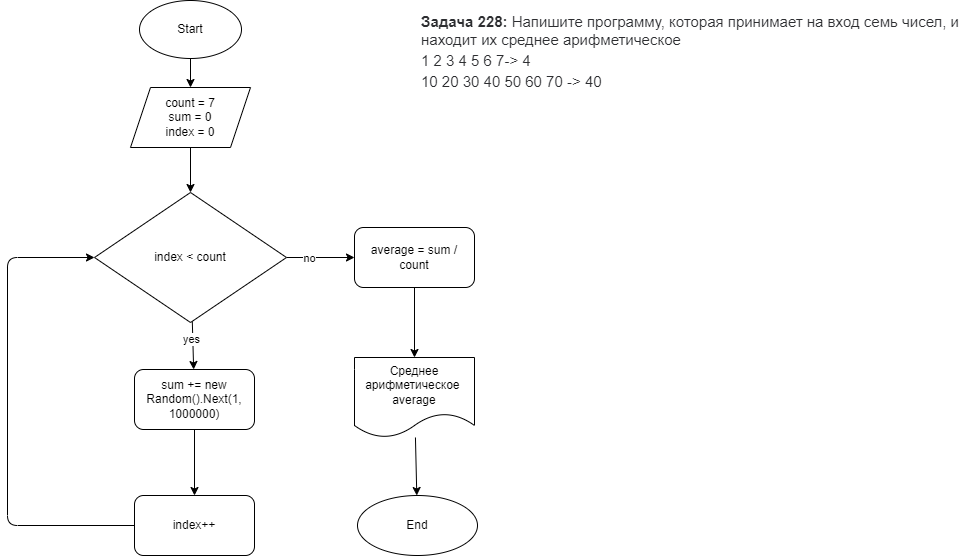
Before: Lesson2/exs4/diagram.drawio.png, a diagram exported from draw.io (EvgeniyTi/CSHARP). Source tidied: cells renumbered, new cells last; positions are measured from the earlier drawing's top-left corner, leaving out a move shared by most shapes. The source it was exported from:
```xml
<mxGraphModel>
  <root>
    <mxCell id="0" />
    <mxCell id="1" parent="0" />
    <mxCell id="2" value="&lt;strong style=&quot;box-sizing: border-box; font-weight: 700; color: rgb(44, 45, 48); font-family: roboto, &amp;quot;san francisco&amp;quot;, &amp;quot;helvetica neue&amp;quot;, helvetica, arial; font-size: 15px; font-style: normal; letter-spacing: normal; text-indent: 0px; text-transform: none; word-spacing: 0px; background-color: rgb(255, 255, 255);&quot;&gt;Задача 228:&lt;/strong&gt;&lt;span style=&quot;color: rgb(44, 45, 48); font-family: roboto, &amp;quot;san francisco&amp;quot;, &amp;quot;helvetica neue&amp;quot;, helvetica, arial; font-size: 15px; font-style: normal; font-weight: 400; letter-spacing: normal; text-indent: 0px; text-transform: none; word-spacing: 0px; background-color: rgb(255, 255, 255); display: inline; float: none;&quot;&gt;&lt;span&gt;&amp;nbsp;&lt;/span&gt;Напишите программу, которая принимает на вход семь чисел, и находит их среднее арифметическое&lt;/span&gt;&lt;br style=&quot;box-sizing: border-box; color: rgb(44, 45, 48); font-family: roboto, &amp;quot;san francisco&amp;quot;, &amp;quot;helvetica neue&amp;quot;, helvetica, arial; font-size: 15px; font-style: normal; font-weight: 400; letter-spacing: normal; text-indent: 0px; text-transform: none; word-spacing: 0px; background-color: rgb(255, 255, 255);&quot;&gt;&lt;span style=&quot;color: rgb(44, 45, 48); font-family: roboto, &amp;quot;san francisco&amp;quot;, &amp;quot;helvetica neue&amp;quot;, helvetica, arial; font-size: 15px; font-style: normal; font-weight: 400; letter-spacing: normal; text-indent: 0px; text-transform: none; word-spacing: 0px; background-color: rgb(255, 255, 255); display: inline; float: none;&quot;&gt;1 2 3 4 5 6 7-&amp;gt; 4&lt;/span&gt;&lt;br style=&quot;box-sizing: border-box; color: rgb(44, 45, 48); font-family: roboto, &amp;quot;san francisco&amp;quot;, &amp;quot;helvetica neue&amp;quot;, helvetica, arial; font-size: 15px; font-style: normal; font-weight: 400; letter-spacing: normal; text-indent: 0px; text-transform: none; word-spacing: 0px; background-color: rgb(255, 255, 255);&quot;&gt;&lt;span style=&quot;color: rgb(44, 45, 48); font-family: roboto, &amp;quot;san francisco&amp;quot;, &amp;quot;helvetica neue&amp;quot;, helvetica, arial; font-size: 15px; font-style: normal; font-weight: 400; letter-spacing: normal; text-indent: 0px; text-transform: none; word-spacing: 0px; background-color: rgb(255, 255, 255); display: inline; float: none;&quot;&gt;10 20 30 40 50 60 70 -&amp;gt; 40&lt;/span&gt;" style="text;whiteSpace=wrap;html=1;" parent="1" vertex="1">
      <mxGeometry x="412" y="6" width="540" height="74" as="geometry" />
    </mxCell>
    <mxCell id="3" style="edgeStyle=none;html=1;" parent="1" edge="1" source="4" target="6">
      <mxGeometry relative="1" as="geometry" />
    </mxCell>
    <mxCell id="4" value="Start" style="ellipse;whiteSpace=wrap;html=1;" parent="1" vertex="1">
      <mxGeometry x="132" width="102" height="58" as="geometry" />
    </mxCell>
    <mxCell id="5" style="edgeStyle=none;html=1;" parent="1" edge="1" source="6" target="11">
      <mxGeometry relative="1" as="geometry" />
    </mxCell>
    <mxCell id="6" value="count = 7&lt;br&gt;sum = 0&lt;br&gt;index = 0" style="shape=parallelogram;perimeter=parallelogramPerimeter;whiteSpace=wrap;html=1;fixedSize=1;" parent="1" vertex="1">
      <mxGeometry x="123" y="87" width="120" height="60" as="geometry" />
    </mxCell>
    <mxCell id="7" style="edgeStyle=none;html=1;" parent="1" edge="1" source="11" target="13">
      <mxGeometry relative="1" as="geometry" />
    </mxCell>
    <mxCell id="8" value="yes" style="edgeLabel;html=1;align=center;verticalAlign=middle;" parent="7" vertex="1">
      <mxGeometry x="-0.45" y="3" relative="1" as="geometry">
        <mxPoint x="-5" y="5" as="offset" />
      </mxGeometry>
    </mxCell>
    <mxCell id="9" style="edgeStyle=none;html=1;" parent="1" edge="1" source="11" target="17">
      <mxGeometry relative="1" as="geometry" />
    </mxCell>
    <mxCell id="10" value="no" style="edgeLabel;html=1;align=center;verticalAlign=middle;" parent="9" vertex="1">
      <mxGeometry x="-0.34" relative="1" as="geometry" />
    </mxCell>
    <mxCell id="11" value="index &amp;lt; count" style="rhombus;whiteSpace=wrap;html=1;" parent="1" vertex="1">
      <mxGeometry x="87" y="192" width="192" height="130" as="geometry" />
    </mxCell>
    <mxCell id="12" style="edgeStyle=none;html=1;" parent="1" edge="1" source="13" target="15">
      <mxGeometry relative="1" as="geometry" />
    </mxCell>
    <mxCell id="13" value="sum += new Random().Next(1, 1000000)" style="rounded=1;whiteSpace=wrap;html=1;" parent="1" vertex="1">
      <mxGeometry x="127" y="369" width="120" height="60" as="geometry" />
    </mxCell>
    <mxCell id="14" style="edgeStyle=none;html=1;entryX=0;entryY=0.5;entryDx=0;entryDy=0;" parent="1" edge="1" source="15" target="11">
      <mxGeometry relative="1" as="geometry">
        <Array as="points">
          <mxPoint y="525" />
          <mxPoint y="257" />
        </Array>
      </mxGeometry>
    </mxCell>
    <mxCell id="15" value="index++" style="rounded=1;whiteSpace=wrap;html=1;" parent="1" vertex="1">
      <mxGeometry x="127" y="495" width="120" height="60" as="geometry" />
    </mxCell>
    <mxCell id="16" style="edgeStyle=none;html=1;" parent="1" edge="1" source="17" target="19">
      <mxGeometry relative="1" as="geometry" />
    </mxCell>
    <mxCell id="17" value="average = sum / count" style="rounded=1;whiteSpace=wrap;html=1;" parent="1" vertex="1">
      <mxGeometry x="347" y="227" width="120" height="60" as="geometry" />
    </mxCell>
    <mxCell id="18" style="edgeStyle=none;html=1;" parent="1" edge="1" source="19" target="20">
      <mxGeometry relative="1" as="geometry" />
    </mxCell>
    <mxCell id="19" value="Среднее арифметическое&amp;nbsp;&lt;br&gt;average" style="shape=document;whiteSpace=wrap;html=1;boundedLbl=1;rounded=1;" parent="1" vertex="1">
      <mxGeometry x="347" y="357" width="120" height="80" as="geometry" />
    </mxCell>
    <mxCell id="20" value="End&lt;br&gt;" style="ellipse;whiteSpace=wrap;html=1;rounded=1;" parent="1" vertex="1">
      <mxGeometry x="350" y="495" width="120" height="60" as="geometry" />
    </mxCell>
  </root>
</mxGraphModel>
```
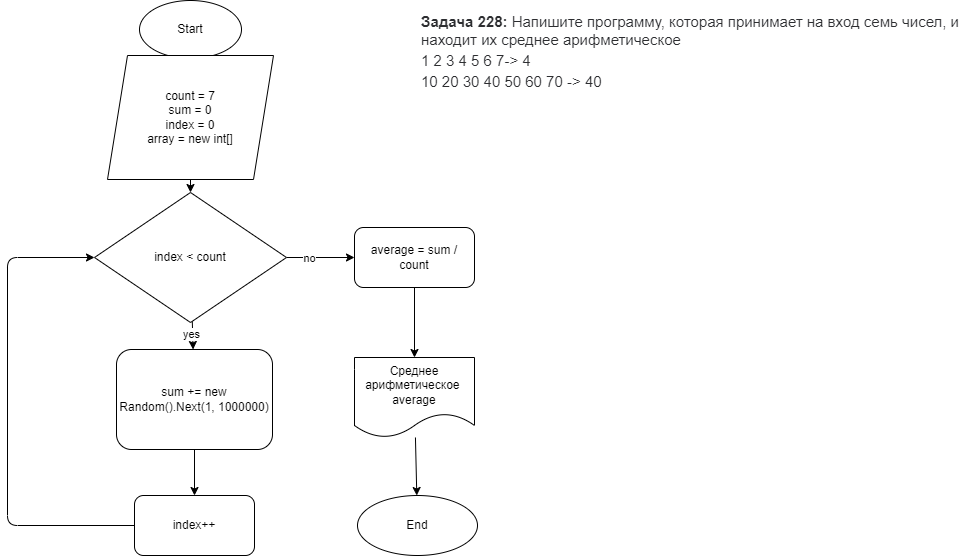
Later version of the same file.

The edit, as a diff of the source:
```diff
@@ -14,8 +14,8 @@
     <mxCell id="5" style="edgeStyle=none;html=1;" parent="1" edge="1" source="6" target="11">
       <mxGeometry relative="1" as="geometry" />
     </mxCell>
-    <mxCell id="6" value="count = 7&lt;br&gt;sum = 0&lt;br&gt;index = 0" style="shape=parallelogram;perimeter=parallelogramPerimeter;whiteSpace=wrap;html=1;fixedSize=1;" parent="1" vertex="1">
-      <mxGeometry x="123" y="87" width="120" height="60" as="geometry" />
+    <mxCell id="6" value="count = 7&lt;br&gt;sum = 0&lt;br&gt;index = 0&lt;br&gt;array = new int[]" style="shape=parallelogram;perimeter=parallelogramPerimeter;whiteSpace=wrap;html=1;fixedSize=1;" parent="1" vertex="1">
+      <mxGeometry x="100" y="55" width="166" height="124" as="geometry" />
     </mxCell>
     <mxCell id="7" style="edgeStyle=none;html=1;" parent="1" edge="1" source="11" target="13">
       <mxGeometry relative="1" as="geometry" />
@@ -38,7 +38,7 @@
       <mxGeometry relative="1" as="geometry" />
     </mxCell>
     <mxCell id="13" value="sum += new Random().Next(1, 1000000)" style="rounded=1;whiteSpace=wrap;html=1;" parent="1" vertex="1">
-      <mxGeometry x="127" y="369" width="120" height="60" as="geometry" />
+      <mxGeometry x="109" y="349" width="156" height="100" as="geometry" />
     </mxCell>
     <mxCell id="14" style="edgeStyle=none;html=1;entryX=0;entryY=0.5;entryDx=0;entryDy=0;" parent="1" edge="1" source="15" target="11">
       <mxGeometry relative="1" as="geometry">
```
